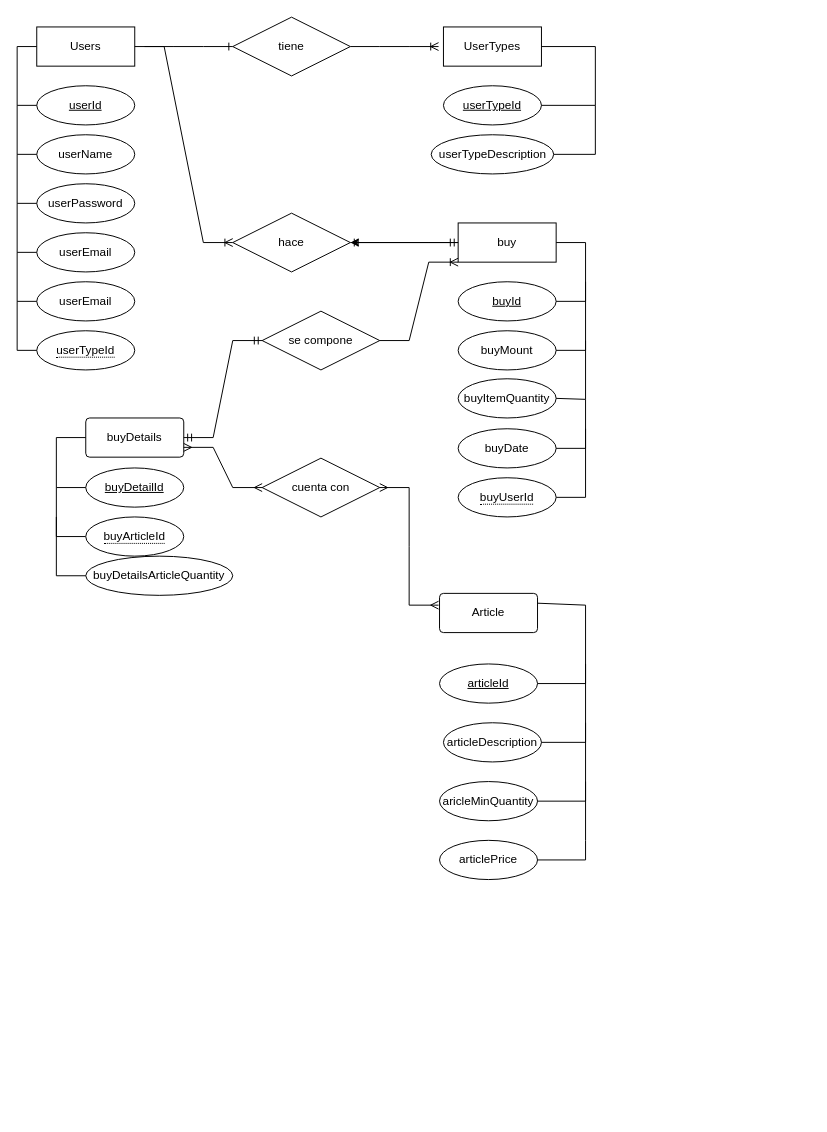
Earlier version of the draw.io diagram DER_carrito.drawio (LucasRivero02/baseDatos). Source tidied: cells renumbered, new cells numbered last; positions are measured from the earlier drawing's top-left corner, leaving out a move shared by most shapes. Both pictures are drawn from the tidied source at 98%, with x=0, y=0 at pixel (17, 17).
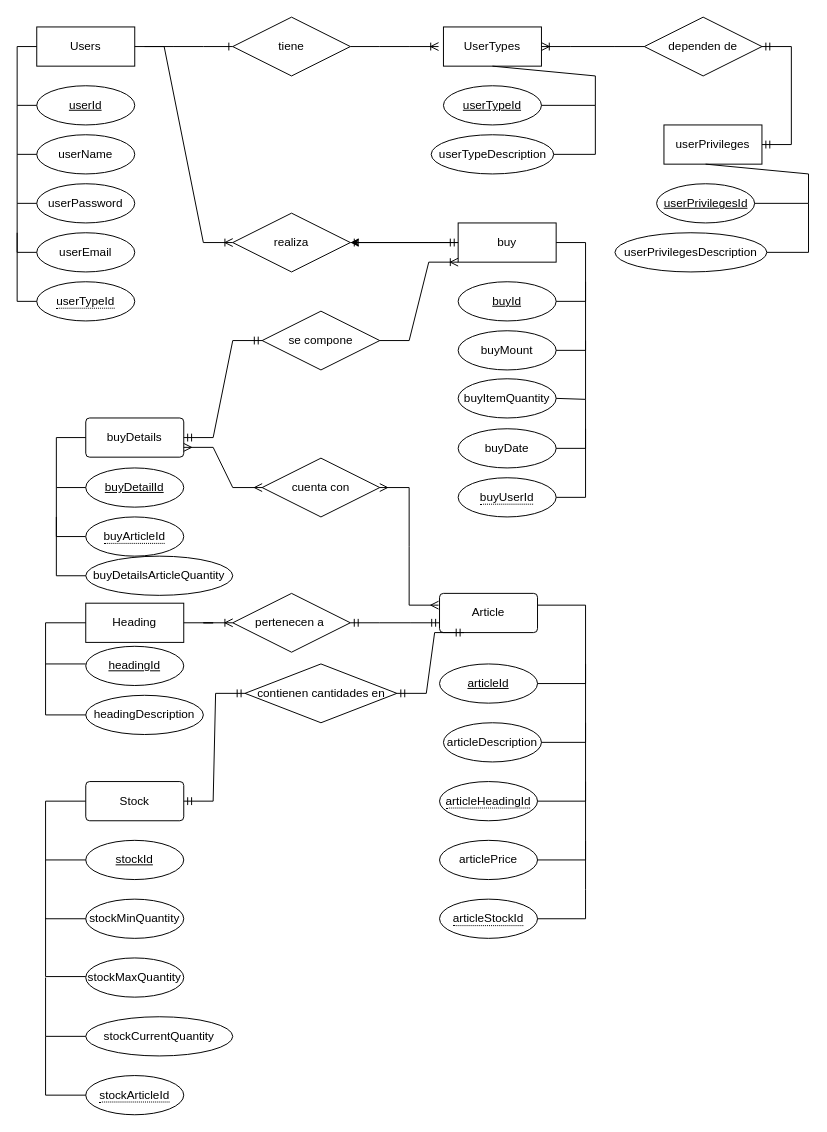
Above is the later version.

The change refers to these unchanged cells:
```xml
<mxCell id="3" value="UserTypes" style="whiteSpace=wrap;html=1;align=center;" parent="1" vertex="1">
  <mxGeometry x="435" y="10" width="100" height="40" as="geometry" />
</mxCell>
<mxCell id="18" value="userTypeId" style="ellipse;whiteSpace=wrap;html=1;align=center;fontStyle=4;" parent="1" vertex="1">
  <mxGeometry x="435" y="70" width="100" height="40" as="geometry" />
</mxCell>
<mxCell id="48" value="Article" style="rounded=1;arcSize=10;whiteSpace=wrap;html=1;align=center;" parent="1" vertex="1">
  <mxGeometry x="431" y="588" width="100" height="40" as="geometry" />
</mxCell>
<mxCell id="52" value="articleId" style="ellipse;whiteSpace=wrap;html=1;align=center;fontStyle=4;" parent="1" vertex="1">
  <mxGeometry x="431" y="660" width="100" height="40" as="geometry" />
</mxCell>
```

What changed in the source:
```diff
@@
-    <mxCell id="9" value="userEmail" style="ellipse;whiteSpace=wrap;html=1;align=center;" parent="1" vertex="1">
-      <mxGeometry x="20" y="270" width="100" height="40" as="geometry" />
-    </mxCell>
     <mxCell id="10" value="&lt;span style=&quot;border-bottom: 1px dotted&quot;&gt;userTypeId&lt;/span&gt;" style="ellipse;whiteSpace=wrap;html=1;align=center;" parent="1" vertex="1">
-      <mxGeometry x="20" y="320" width="100" height="40" as="geometry" />
+      <mxGeometry x="20" y="270" width="100" height="40" as="geometry" />
     </mxCell>
@@
-    <mxCell id="15" style="endArrow=none;html=1;rounded=0;exitX=0;exitY=0.5;exitDx=0;exitDy=0;" parent="1" edge="1" source="9">
-      <mxGeometry relative="1" as="geometry">
-        <mxPoint y="240" as="targetPoint" />
-        <Array as="points">
-          <mxPoint y="290" />
-        </Array>
-      </mxGeometry>
-    </mxCell>
-    <mxCell id="16" style="endArrow=none;html=1;rounded=0;exitX=0;exitY=0.5;exitDx=0;exitDy=0;" parent="1" edge="1" source="10">
-      <mxGeometry relative="1" as="geometry">
-        <mxPoint y="290" as="targetPoint" />
-        <Array as="points">
-          <mxPoint y="340" />
-        </Array>
-      </mxGeometry>
-    </mxCell>
@@
-    <mxCell id="19" style="endArrow=none;html=1;rounded=0;exitX=1;exitY=0.5;exitDx=0;exitDy=0;entryX=1;entryY=0.5;entryDx=0;entryDy=0;" parent="1" edge="1" source="18" target="3">
+    <mxCell id="19" style="endArrow=none;html=1;rounded=0;exitX=1;exitY=0.5;exitDx=0;exitDy=0;entryX=0.5;entryY=1;entryDx=0;entryDy=0;" parent="1" edge="1" source="18" target="3">
       <mxGeometry relative="1" as="geometry">
         <Array as="points">
           <mxPoint x="590" y="90" />
-          <mxPoint x="590" y="30" />
+          <mxPoint x="590" y="60" />
         </Array>
       </mxGeometry>
     </mxCell>
@@
-    <mxCell id="21" value="hace" style="shape=rhombus;perimeter=rhombusPerimeter;whiteSpace=wrap;html=1;align=center;" parent="1" vertex="1">
+    <mxCell id="21" value="realiza" style="shape=rhombus;perimeter=rhombusPerimeter;whiteSpace=wrap;html=1;align=center;" parent="1" vertex="1">
       <mxGeometry x="220" y="200" width="120" height="60" as="geometry" />
     </mxCell>
@@
-    <mxCell id="54" value="aricleMinQuantity" style="ellipse;whiteSpace=wrap;html=1;align=center;" parent="1" vertex="1">
-      <mxGeometry x="431" y="780" width="100" height="40" as="geometry" />
-    </mxCell>
@@
-    <mxCell id="56" style="endArrow=none;html=1;rounded=0;exitX=1;exitY=0.5;exitDx=0;exitDy=0;entryX=1;entryY=0.25;entryDx=0;entryDy=0;" parent="1" edge="1" source="52" target="48">
+    <mxCell id="56" style="endArrow=none;html=1;rounded=0;exitX=1;exitY=0.5;exitDx=0;exitDy=0;" parent="1" edge="1" source="52">
       <mxGeometry relative="1" as="geometry">
+        <mxPoint x="531" y="600" as="targetPoint" />
         <Array as="points">
           <mxPoint x="580" y="680" />
           <mxPoint x="580" y="600" />
         </Array>
       </mxGeometry>
     </mxCell>
@@
-    <mxCell id="58" style="endArrow=none;html=1;rounded=0;exitX=1;exitY=0.5;exitDx=0;exitDy=0;" parent="1" edge="1" source="54">
+    <mxCell id="58" style="endArrow=none;html=1;rounded=0;exitX=1;exitY=0.5;exitDx=0;exitDy=0;" parent="1" edge="1">
       <mxGeometry relative="1" as="geometry">
+        <mxPoint x="531" y="800" as="sourcePoint" />
         <mxPoint x="580" y="720" as="targetPoint" />
         <Array as="points">
           <mxPoint x="580" y="800" />
         </Array>
       </mxGeometry>
     </mxCell>
@@
+    <mxCell id="60" style="endArrow=none;html=1;rounded=0;exitX=0;exitY=0.5;exitDx=0;exitDy=0;" parent="1" edge="1" source="10">
+      <mxGeometry relative="1" as="geometry">
+        <mxPoint y="220" as="targetPoint" />
+        <Array as="points">
+          <mxPoint y="290" />
+        </Array>
+      </mxGeometry>
+    </mxCell>
+    <mxCell id="61" value="dependen de" style="shape=rhombus;perimeter=rhombusPerimeter;whiteSpace=wrap;html=1;align=center;" parent="1" vertex="1">
+      <mxGeometry x="640" width="120" height="60" as="geometry" />
+    </mxCell>
+    <mxCell id="62" style="edgeStyle=entityRelationEdgeStyle;fontSize=12;html=1;endArrow=ERoneToMany;rounded=0;entryX=1;entryY=0.5;entryDx=0;entryDy=0;exitX=0;exitY=0.5;exitDx=0;exitDy=0;" parent="1" edge="1" source="61" target="3">
+      <mxGeometry relative="1" as="geometry" />
+    </mxCell>
+    <mxCell id="63" style="edgeStyle=entityRelationEdgeStyle;fontSize=12;html=1;endArrow=ERmandOne;startArrow=ERmandOne;rounded=0;entryX=1;entryY=0.5;entryDx=0;entryDy=0;exitX=1;exitY=0.5;exitDx=0;exitDy=0;" parent="1" edge="1" source="64" target="61">
+      <mxGeometry relative="1" as="geometry" />
+    </mxCell>
+    <mxCell id="64" value="userPrivileges" style="whiteSpace=wrap;html=1;align=center;" parent="1" vertex="1">
+      <mxGeometry x="660" y="110" width="100" height="40" as="geometry" />
+    </mxCell>
+    <mxCell id="65" value="userPrivilegesDescription" style="ellipse;whiteSpace=wrap;html=1;align=center;" parent="1" vertex="1">
+      <mxGeometry x="610" y="220" width="155" height="40" as="geometry" />
+    </mxCell>
+    <mxCell id="66" value="userPrivilegesId" style="ellipse;whiteSpace=wrap;html=1;align=center;fontStyle=4;" parent="1" vertex="1">
+      <mxGeometry x="652.5" y="170" width="100" height="40" as="geometry" />
+    </mxCell>
+    <mxCell id="67" style="endArrow=none;html=1;rounded=0;exitX=1;exitY=0.5;exitDx=0;exitDy=0;entryX=0.5;entryY=1;entryDx=0;entryDy=0;" parent="1" edge="1" source="66">
+      <mxGeometry relative="1" as="geometry">
+        <mxPoint x="702.5" y="150" as="targetPoint" />
+        <Array as="points">
+          <mxPoint x="807.5" y="190" />
+          <mxPoint x="807.5" y="160" />
+        </Array>
+      </mxGeometry>
+    </mxCell>
+    <mxCell id="68" style="endArrow=none;html=1;rounded=0;exitX=1;exitY=0.5;exitDx=0;exitDy=0;" parent="1" edge="1" source="65">
+      <mxGeometry relative="1" as="geometry">
+        <mxPoint x="807.5" y="190" as="targetPoint" />
+        <Array as="points">
+          <mxPoint x="807.5" y="240" />
+        </Array>
+      </mxGeometry>
+    </mxCell>
+    <mxCell id="69" value="&lt;span style=&quot;border-bottom: 1px dotted&quot;&gt;articleHeadingId&lt;/span&gt;" style="ellipse;whiteSpace=wrap;html=1;align=center;" parent="1" vertex="1">
+      <mxGeometry x="431" y="780" width="100" height="40" as="geometry" />
+    </mxCell>
+    <mxCell id="70" value="&lt;span style=&quot;border-bottom: 1px dotted&quot;&gt;articleStockId&lt;/span&gt;" style="ellipse;whiteSpace=wrap;html=1;align=center;" parent="1" vertex="1">
+      <mxGeometry x="431" y="900" width="100" height="40" as="geometry" />
+    </mxCell>
+    <mxCell id="71" style="endArrow=none;html=1;rounded=0;exitX=1;exitY=0.5;exitDx=0;exitDy=0;" parent="1" edge="1" source="70">
+      <mxGeometry relative="1" as="geometry">
+        <mxPoint x="580" y="840" as="targetPoint" />
+        <Array as="points">
+          <mxPoint x="580" y="920" />
+          <mxPoint x="580" y="890" />
+        </Array>
+      </mxGeometry>
+    </mxCell>
+    <mxCell id="72" value="pertenecen a&amp;nbsp;" style="shape=rhombus;perimeter=rhombusPerimeter;whiteSpace=wrap;html=1;align=center;" parent="1" vertex="1">
+      <mxGeometry x="220" y="588" width="120" height="60" as="geometry" />
+    </mxCell>
+    <mxCell id="73" value="Heading" style="whiteSpace=wrap;html=1;align=center;" parent="1" vertex="1">
+      <mxGeometry x="70" y="598" width="100" height="40" as="geometry" />
+    </mxCell>
+    <mxCell id="74" style="edgeStyle=entityRelationEdgeStyle;fontSize=12;html=1;endArrow=ERmandOne;startArrow=ERmandOne;rounded=0;exitX=1;exitY=0.5;exitDx=0;exitDy=0;entryX=0;entryY=0.75;entryDx=0;entryDy=0;" parent="1" edge="1">
+      <mxGeometry relative="1" as="geometry">
+        <mxPoint x="340" y="618" as="sourcePoint" />
+        <mxPoint x="431" y="618" as="targetPoint" />
+      </mxGeometry>
+    </mxCell>
+    <mxCell id="75" style="edgeStyle=entityRelationEdgeStyle;fontSize=12;html=1;endArrow=ERoneToMany;rounded=0;exitX=1;exitY=0.5;exitDx=0;exitDy=0;entryX=0;entryY=0.5;entryDx=0;entryDy=0;" parent="1" edge="1" source="73" target="72">
+      <mxGeometry relative="1" as="geometry" />
+    </mxCell>
+    <mxCell id="76" value="headingId" style="ellipse;whiteSpace=wrap;html=1;align=center;fontStyle=4;" parent="1" vertex="1">
+      <mxGeometry x="70" y="642" width="100" height="40" as="geometry" />
+    </mxCell>
+    <mxCell id="77" value="headingDescription" style="ellipse;whiteSpace=wrap;html=1;align=center;" parent="1" vertex="1">
+      <mxGeometry x="70" y="692" width="120" height="40" as="geometry" />
+    </mxCell>
+    <mxCell id="78" style="endArrow=none;html=1;rounded=0;entryX=0;entryY=0.5;entryDx=0;entryDy=0;" parent="1" edge="1" target="73">
+      <mxGeometry relative="1" as="geometry">
+        <mxPoint x="70" y="660" as="sourcePoint" />
+        <Array as="points">
+          <mxPoint x="29" y="660" />
+          <mxPoint x="29" y="618" />
+        </Array>
+      </mxGeometry>
+    </mxCell>
+    <mxCell id="79" style="endArrow=none;html=1;rounded=0;exitX=0;exitY=0.5;exitDx=0;exitDy=0;" parent="1" edge="1" source="77">
+      <mxGeometry relative="1" as="geometry">
+        <mxPoint x="29" y="660" as="targetPoint" />
+        <Array as="points">
+          <mxPoint x="29" y="712" />
+        </Array>
+      </mxGeometry>
+    </mxCell>
+    <mxCell id="80" value="contienen cantidades en" style="shape=rhombus;perimeter=rhombusPerimeter;whiteSpace=wrap;html=1;align=center;" parent="1" vertex="1">
+      <mxGeometry x="232.5" y="660" width="155" height="60" as="geometry" />
+    </mxCell>
+    <mxCell id="81" value="Stock" style="rounded=1;arcSize=10;whiteSpace=wrap;html=1;align=center;" parent="1" vertex="1">
+      <mxGeometry x="70" y="780" width="100" height="40" as="geometry" />
+    </mxCell>
+    <mxCell id="82" style="edgeStyle=entityRelationEdgeStyle;fontSize=12;html=1;endArrow=ERmandOne;startArrow=ERmandOne;rounded=0;entryX=0.25;entryY=1;entryDx=0;entryDy=0;" parent="1" edge="1" source="80" target="48">
+      <mxGeometry relative="1" as="geometry" />
+    </mxCell>
+    <mxCell id="83" style="edgeStyle=entityRelationEdgeStyle;fontSize=12;html=1;endArrow=ERmandOne;startArrow=ERmandOne;rounded=0;exitX=1;exitY=0.5;exitDx=0;exitDy=0;entryX=0;entryY=0.5;entryDx=0;entryDy=0;" parent="1" edge="1" source="81" target="80">
+      <mxGeometry relative="1" as="geometry" />
+    </mxCell>
+    <mxCell id="84" value="stockId" style="ellipse;whiteSpace=wrap;html=1;align=center;fontStyle=4;" parent="1" vertex="1">
+      <mxGeometry x="70" y="840" width="100" height="40" as="geometry" />
+    </mxCell>
+    <mxCell id="85" value="stockMinQuantity" style="ellipse;whiteSpace=wrap;html=1;align=center;" parent="1" vertex="1">
+      <mxGeometry x="70" y="900" width="100" height="40" as="geometry" />
+    </mxCell>
+    <mxCell id="86" value="stockMaxQuantity" style="ellipse;whiteSpace=wrap;html=1;align=center;" parent="1" vertex="1">
+      <mxGeometry x="70" y="960" width="100" height="40" as="geometry" />
+    </mxCell>
+    <mxCell id="87" value="stockCurrentQuantity" style="ellipse;whiteSpace=wrap;html=1;align=center;" parent="1" vertex="1">
+      <mxGeometry x="70" y="1020" width="150" height="40" as="geometry" />
+    </mxCell>
+    <mxCell id="88" value="&lt;span style=&quot;border-bottom: 1px dotted&quot;&gt;stockArticleId&lt;/span&gt;" style="ellipse;whiteSpace=wrap;html=1;align=center;" parent="1" vertex="1">
+      <mxGeometry x="70" y="1080" width="100" height="40" as="geometry" />
+    </mxCell>
+    <mxCell id="89" style="endArrow=none;html=1;rounded=0;exitX=0;exitY=0.5;exitDx=0;exitDy=0;entryX=0;entryY=0.5;entryDx=0;entryDy=0;" parent="1" edge="1" source="84" target="81">
+      <mxGeometry relative="1" as="geometry">
+        <Array as="points">
+          <mxPoint x="29" y="860" />
+          <mxPoint x="29" y="800" />
+        </Array>
+      </mxGeometry>
+    </mxCell>
+    <mxCell id="90" style="endArrow=none;html=1;rounded=0;exitX=0;exitY=0.5;exitDx=0;exitDy=0;" parent="1" edge="1">
+      <mxGeometry relative="1" as="geometry">
+        <mxPoint x="70" y="920" as="sourcePoint" />
+        <mxPoint x="29" y="860" as="targetPoint" />
+        <Array as="points">
+          <mxPoint x="29" y="920" />
+          <mxPoint x="29" y="860" />
+        </Array>
+      </mxGeometry>
+    </mxCell>
+    <mxCell id="91" style="endArrow=none;html=1;rounded=0;exitX=0;exitY=0.5;exitDx=0;exitDy=0;" parent="1" edge="1">
+      <mxGeometry relative="1" as="geometry">
+        <mxPoint x="70" y="979" as="sourcePoint" />
+        <mxPoint x="29" y="919" as="targetPoint" />
+        <Array as="points">
+          <mxPoint x="29" y="979" />
+          <mxPoint x="29" y="919" />
+        </Array>
+      </mxGeometry>
+    </mxCell>
+    <mxCell id="92" style="endArrow=none;html=1;rounded=0;exitX=0;exitY=0.5;exitDx=0;exitDy=0;" parent="1" edge="1">
+      <mxGeometry relative="1" as="geometry">
+        <mxPoint x="70" y="1040" as="sourcePoint" />
+        <mxPoint x="29" y="980" as="targetPoint" />
+        <Array as="points">
+          <mxPoint x="29" y="1040" />
+          <mxPoint x="29" y="980" />
+        </Array>
+      </mxGeometry>
+    </mxCell>
+    <mxCell id="93" style="endArrow=none;html=1;rounded=0;exitX=0;exitY=0.5;exitDx=0;exitDy=0;" parent="1" edge="1">
+      <mxGeometry relative="1" as="geometry">
+        <mxPoint x="70" y="1100" as="sourcePoint" />
+        <mxPoint x="29" y="1040" as="targetPoint" />
+        <Array as="points">
+          <mxPoint x="29" y="1100" />
+          <mxPoint x="29" y="1040" />
+        </Array>
+      </mxGeometry>
+    </mxCell>
```
